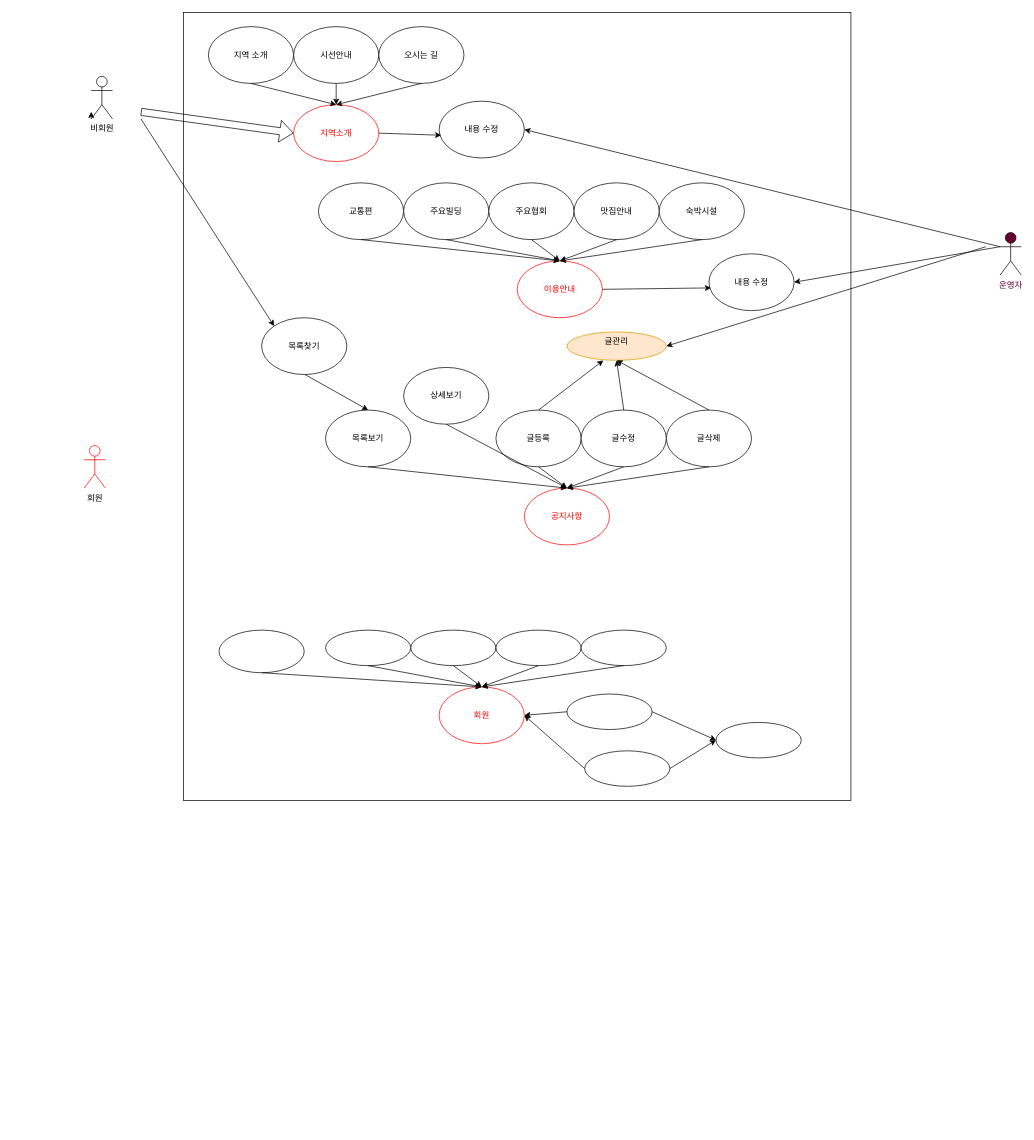
Earlier version of the draw.io diagram project1_diagram.drawio (imagine9977/project1). Source tidied: cells renumbered, new cells numbered last; positions are measured from the earlier drawing's top-left corner, leaving out a move shared by most shapes. Both pictures are drawn from the tidied source at 71%, with x=0, y=0 at pixel (84, 12).
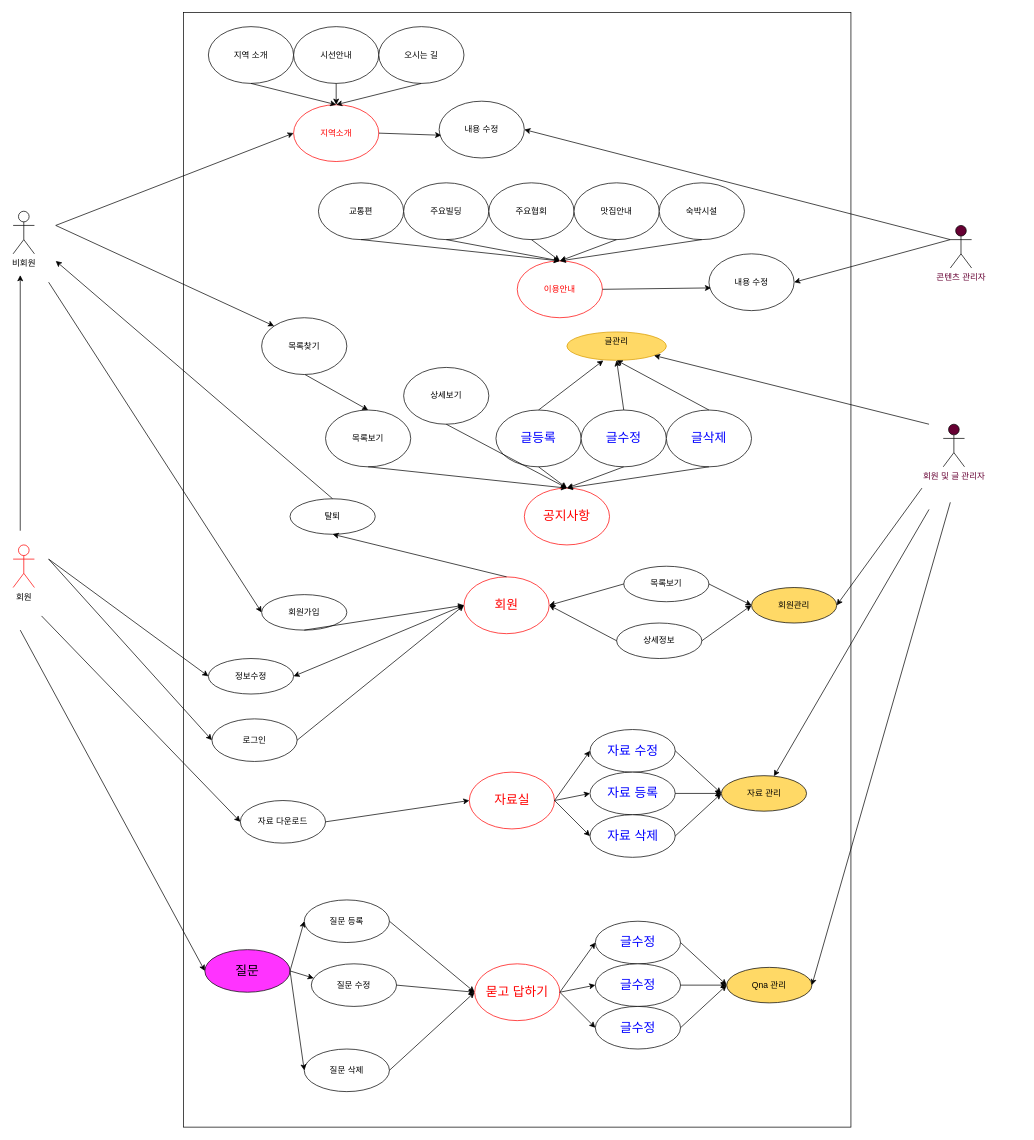
The same diagram, later.

Unchanged cells that the change refers to:
```xml
<mxCell id="8" value="&lt;font color=&quot;#ff0000&quot;&gt;지역소개&lt;/font&gt;" style="ellipse;whiteSpace=wrap;html=1;strokeColor=#FF0000;" parent="1" vertex="1">
  <mxGeometry x="295" y="130" width="120" height="80" as="geometry" />
</mxCell>
<mxCell id="49" value="목록찾기" style="ellipse;whiteSpace=wrap;html=1;" parent="1" vertex="1">
  <mxGeometry x="250" y="430" width="120" height="80" as="geometry" />
</mxCell>
```

Change to the diagram source:
```diff
@@
     <mxCell id="2" style="rounded=0;whiteSpace=wrap;html=1;" parent="1" vertex="1">
-      <mxGeometry x="140" width="940" height="1110" as="geometry" />
+      <mxGeometry x="140" width="940" height="1570" as="geometry" />
     </mxCell>
     <mxCell id="3" value="비회원" style="shape=umlActor;verticalLabelPosition=bottom;verticalAlign=top;html=1;outlineConnect=0;" parent="1" vertex="1">
-      <mxGeometry x="10" y="90" width="30" height="60" as="geometry" />
+      <mxGeometry x="-100" y="280" width="30" height="60" as="geometry" />
     </mxCell>
     <mxCell id="4" value="회원&lt;div&gt;&lt;br&gt;&lt;/div&gt;" style="shape=umlActor;verticalLabelPosition=bottom;verticalAlign=top;html=1;strokeColor=#FF0000;" parent="1" vertex="1">
-      <mxGeometry y="610" width="30" height="60" as="geometry" />
+      <mxGeometry x="-100" y="750" width="30" height="60" as="geometry" />
     </mxCell>
@@
-    <mxCell id="13" style="edgeStyle=orthogonalEdgeStyle;rounded=0;orthogonalLoop=1;jettySize=auto;html=1;exitX=0;exitY=1;exitDx=0;exitDy=0;exitPerimeter=0;entryX=0;entryY=0.833;entryDx=0;entryDy=0;entryPerimeter=0;" parent="1" edge="1" source="3" target="3">
-      <mxGeometry relative="1" as="geometry" />
-    </mxCell>
-    <mxCell id="14" style="shape=flexArrow;endArrow=classic;html=1;rounded=0;entryX=0;entryY=0.5;entryDx=0;entryDy=0;" parent="1" edge="1" target="8">
-      <mxGeometry relative="1" as="geometry">
-        <mxPoint x="80" y="140" as="sourcePoint" />
-      </mxGeometry>
-    </mxCell>
@@
-    <mxCell id="30" value="&lt;font color=&quot;#660033&quot;&gt;운영자&lt;/font&gt;" style="shape=umlActor;verticalLabelPosition=bottom;verticalAlign=top;html=1;outlineConnect=0;fillColor=#660033;" parent="1" vertex="1">
-      <mxGeometry x="1290" y="310" width="30" height="60" as="geometry" />
+    <mxCell id="30" value="&lt;font color=&quot;#660033&quot;&gt;콘텐츠 관리자&lt;/font&gt;" style="shape=umlActor;verticalLabelPosition=bottom;verticalAlign=top;html=1;outlineConnect=0;fillColor=#660033;" parent="1" vertex="1">
+      <mxGeometry x="1220" y="300" width="30" height="60" as="geometry" />
     </mxCell>
@@
-    <mxCell id="32" value="글관리&lt;div&gt;&lt;br&gt;&lt;/div&gt;" style="ellipse;whiteSpace=wrap;html=1;fillColor=#ffe6cc;strokeColor=#d79b00;" parent="1" vertex="1">
+    <mxCell id="32" value="글관리&lt;div&gt;&lt;br&gt;&lt;/div&gt;" style="ellipse;whiteSpace=wrap;html=1;fillColor=#FFD966;strokeColor=#d79b00;" parent="1" vertex="1">
       <mxGeometry x="680" y="450" width="140" height="40" as="geometry" />
     </mxCell>
-    <mxCell id="33" style="endArrow=classic;html=1;rounded=0;entryX=1;entryY=0.5;entryDx=0;entryDy=0;" parent="1" edge="1" target="32">
-      <mxGeometry relative="1" as="geometry">
-        <mxPoint x="1270" y="330" as="sourcePoint" />
-      </mxGeometry>
-    </mxCell>
@@
-    <mxCell id="37" value="글등록" style="ellipse;whiteSpace=wrap;html=1;" parent="1" vertex="1">
+    <mxCell id="37" value="&lt;font style=&quot;font-size: 18px;&quot; color=&quot;#0000ff&quot;&gt;글등록&lt;/font&gt;" style="ellipse;whiteSpace=wrap;html=1;" parent="1" vertex="1">
       <mxGeometry x="580" y="560" width="120" height="80" as="geometry" />
     </mxCell>
-    <mxCell id="38" value="&lt;font color=&quot;#ff0000&quot;&gt;공지사항&lt;/font&gt;" style="ellipse;whiteSpace=wrap;html=1;strokeColor=#FF0000;" parent="1" vertex="1">
+    <mxCell id="38" value="&lt;font style=&quot;font-size: 18px;&quot; color=&quot;#ff0000&quot;&gt;공지사항&lt;/font&gt;" style="ellipse;whiteSpace=wrap;html=1;strokeColor=#FF0000;" parent="1" vertex="1">
       <mxGeometry x="620" y="670" width="120" height="80" as="geometry" />
     </mxCell>
@@
-    <mxCell id="42" value="글수정" style="ellipse;whiteSpace=wrap;html=1;" parent="1" vertex="1">
+    <mxCell id="42" value="&lt;font style=&quot;font-size: 18px;&quot; color=&quot;#0000ff&quot;&gt;글수정&lt;/font&gt;" style="ellipse;whiteSpace=wrap;html=1;" parent="1" vertex="1">
       <mxGeometry x="700" y="560" width="120" height="80" as="geometry" />
     </mxCell>
-    <mxCell id="43" value="글삭제" style="ellipse;whiteSpace=wrap;html=1;" parent="1" vertex="1">
+    <mxCell id="43" value="&lt;font style=&quot;font-size: 18px;&quot; color=&quot;#0000ff&quot;&gt;글삭제&lt;/font&gt;" style="ellipse;whiteSpace=wrap;html=1;" parent="1" vertex="1">
       <mxGeometry x="820" y="560" width="120" height="80" as="geometry" />
     </mxCell>
@@
     <mxCell id="50" style="endArrow=classic;html=1;rounded=0;entryX=0;entryY=0;entryDx=0;entryDy=0;" parent="1" edge="1" target="49">
       <mxGeometry relative="1" as="geometry">
-        <mxPoint x="80" y="150" as="sourcePoint" />
+        <mxPoint x="-40" y="300" as="sourcePoint" />
       </mxGeometry>
     </mxCell>
-    <mxCell id="51" style="ellipse;whiteSpace=wrap;html=1;" parent="1" vertex="1">
-      <mxGeometry x="190" y="870" width="120" height="60" as="geometry" />
+    <mxCell id="51" value="로그인" style="ellipse;whiteSpace=wrap;html=1;" parent="1" vertex="1">
+      <mxGeometry x="180" y="995" width="120" height="60" as="geometry" />
     </mxCell>
-    <mxCell id="52" style="ellipse;whiteSpace=wrap;html=1;" parent="1" vertex="1">
-      <mxGeometry x="340" y="870" width="120" height="50" as="geometry" />
+    <mxCell id="52" value="정보수정" style="ellipse;whiteSpace=wrap;html=1;" parent="1" vertex="1">
+      <mxGeometry x="175" y="910" width="120" height="50" as="geometry" />
     </mxCell>
-    <mxCell id="53" style="ellipse;whiteSpace=wrap;html=1;" parent="1" vertex="1">
-      <mxGeometry x="460" y="870" width="120" height="50" as="geometry" />
+    <mxCell id="53" value="회원가입" style="ellipse;whiteSpace=wrap;html=1;" parent="1" vertex="1">
+      <mxGeometry x="250" y="820" width="120" height="50" as="geometry" />
     </mxCell>
-    <mxCell id="54" value="&lt;font color=&quot;#ff0000&quot;&gt;회원&lt;/font&gt;" style="ellipse;whiteSpace=wrap;html=1;strokeColor=#FF0000;" parent="1" vertex="1">
-      <mxGeometry x="500" y="950" width="120" height="80" as="geometry" />
+    <mxCell id="54" value="&lt;font style=&quot;font-size: 18px;&quot; color=&quot;#ff0000&quot;&gt;회원&lt;/font&gt;" style="ellipse;whiteSpace=wrap;html=1;strokeColor=#FF0000;" parent="1" vertex="1">
+      <mxGeometry x="535" y="795" width="120" height="80" as="geometry" />
     </mxCell>
-    <mxCell id="55" style="endArrow=classic;html=1;rounded=0;exitX=0.5;exitY=1;exitDx=0;exitDy=0;entryX=0.5;entryY=0;entryDx=0;entryDy=0;" parent="1" edge="1" source="52" target="54">
-      <mxGeometry relative="1" as="geometry" />
-    </mxCell>
-    <mxCell id="56" style="endArrow=classic;html=1;rounded=0;exitX=0.5;exitY=1;exitDx=0;exitDy=0;entryX=0.5;entryY=0;entryDx=0;entryDy=0;" parent="1" edge="1" source="53" target="54">
+    <mxCell id="56" style="endArrow=classic;html=1;rounded=0;exitX=0.5;exitY=1;exitDx=0;exitDy=0;entryX=0;entryY=0.5;entryDx=0;entryDy=0;" parent="1" edge="1" source="53" target="54">
       <mxGeometry relative="1" as="geometry" />
     </mxCell>
-    <mxCell id="57" style="endArrow=classic;html=1;rounded=0;exitX=0.5;exitY=1;exitDx=0;exitDy=0;entryX=0.5;entryY=0;entryDx=0;entryDy=0;" parent="1" edge="1" source="51" target="54">
+    <mxCell id="57" style="endArrow=classic;html=1;rounded=0;exitX=1;exitY=0.5;exitDx=0;exitDy=0;entryX=0;entryY=0.5;entryDx=0;entryDy=0;" parent="1" edge="1" source="51" target="54">
       <mxGeometry relative="1" as="geometry" />
     </mxCell>
-    <mxCell id="58" style="ellipse;whiteSpace=wrap;html=1;" parent="1" vertex="1">
-      <mxGeometry x="580" y="870" width="120" height="50" as="geometry" />
+    <mxCell id="58" value="탈퇴" style="ellipse;whiteSpace=wrap;html=1;" parent="1" vertex="1">
+      <mxGeometry x="290" y="685" width="120" height="50" as="geometry" />
     </mxCell>
-    <mxCell id="59" style="ellipse;whiteSpace=wrap;html=1;" parent="1" vertex="1">
-      <mxGeometry x="700" y="870" width="120" height="50" as="geometry" />
-    </mxCell>
-    <mxCell id="60" style="endArrow=classic;html=1;rounded=0;exitX=0.5;exitY=1;exitDx=0;exitDy=0;entryX=0.5;entryY=0;entryDx=0;entryDy=0;" parent="1" edge="1" source="58" target="54">
-      <mxGeometry relative="1" as="geometry" />
-    </mxCell>
-    <mxCell id="61" style="endArrow=classic;html=1;rounded=0;exitX=0.5;exitY=1;exitDx=0;exitDy=0;entryX=0.5;entryY=0;entryDx=0;entryDy=0;" parent="1" edge="1" source="59" target="54">
-      <mxGeometry relative="1" as="geometry" />
-    </mxCell>
-    <mxCell id="62" style="ellipse;whiteSpace=wrap;html=1;" parent="1" vertex="1">
-      <mxGeometry x="680" y="960" width="120" height="50" as="geometry" />
+    <mxCell id="62" value="목록보기" style="ellipse;whiteSpace=wrap;html=1;" parent="1" vertex="1">
+      <mxGeometry x="760" y="780" width="120" height="50" as="geometry" />
     </mxCell>
-    <mxCell id="63" style="ellipse;whiteSpace=wrap;html=1;" parent="1" vertex="1">
-      <mxGeometry x="705" y="1040" width="120" height="50" as="geometry" />
+    <mxCell id="63" value="상세정보" style="ellipse;whiteSpace=wrap;html=1;" parent="1" vertex="1">
+      <mxGeometry x="750" y="860" width="120" height="50" as="geometry" />
     </mxCell>
@@
-    <mxCell id="66" style="ellipse;whiteSpace=wrap;html=1;" parent="1" vertex="1">
-      <mxGeometry x="890" y="1000" width="120" height="50" as="geometry" />
+    <mxCell id="66" value="회원관리" style="ellipse;whiteSpace=wrap;html=1;fillColor=#FFD966;" parent="1" vertex="1">
+      <mxGeometry x="940" y="810" width="120" height="50" as="geometry" />
     </mxCell>
@@
+    <mxCell id="69" value="&lt;font color=&quot;#660033&quot;&gt;회원 및 글 관리자&lt;/font&gt;" style="shape=umlActor;verticalLabelPosition=bottom;verticalAlign=top;html=1;fillColor=#660033;" parent="1" vertex="1">
+      <mxGeometry x="1210" y="580" width="30" height="60" as="geometry" />
+    </mxCell>
+    <mxCell id="70" style="endArrow=classic;html=1;rounded=0;exitX=0.5;exitY=0;exitDx=0;exitDy=0;entryX=0.5;entryY=1;entryDx=0;entryDy=0;" parent="1" edge="1" source="54" target="58">
+      <mxGeometry relative="1" as="geometry" />
+    </mxCell>
+    <mxCell id="71" style="endArrow=classic;html=1;rounded=0;entryX=0;entryY=0.5;entryDx=0;entryDy=0;" parent="1" edge="1" target="8">
+      <mxGeometry relative="1" as="geometry">
+        <mxPoint x="-40" y="300" as="sourcePoint" />
+      </mxGeometry>
+    </mxCell>
+    <mxCell id="72" style="endArrow=classic;html=1;rounded=0;entryX=0;entryY=0.5;entryDx=0;entryDy=0;" parent="1" edge="1" target="53">
+      <mxGeometry relative="1" as="geometry">
+        <mxPoint x="-50" y="380" as="sourcePoint" />
+      </mxGeometry>
+    </mxCell>
+    <mxCell id="73" style="endArrow=classic;html=1;rounded=0;exitX=0.5;exitY=0;exitDx=0;exitDy=0;" parent="1" edge="1" source="58">
+      <mxGeometry relative="1" as="geometry">
+        <mxPoint x="-40" y="350" as="targetPoint" />
+      </mxGeometry>
+    </mxCell>
+    <mxCell id="74" style="endArrow=classic;html=1;rounded=0;" parent="1" edge="1">
+      <mxGeometry relative="1" as="geometry">
+        <mxPoint x="-90" y="730" as="sourcePoint" />
+        <mxPoint x="-90" y="370" as="targetPoint" />
+      </mxGeometry>
+    </mxCell>
+    <mxCell id="75" style="endArrow=classic;html=1;rounded=0;entryX=0;entryY=0.5;entryDx=0;entryDy=0;" parent="1" edge="1" target="52">
+      <mxGeometry relative="1" as="geometry">
+        <mxPoint x="-50" y="770" as="sourcePoint" />
+      </mxGeometry>
+    </mxCell>
+    <mxCell id="76" style="endArrow=classic;html=1;rounded=0;entryX=0;entryY=0.5;entryDx=0;entryDy=0;" parent="1" edge="1" target="51">
+      <mxGeometry relative="1" as="geometry">
+        <mxPoint x="-50" y="770" as="sourcePoint" />
+      </mxGeometry>
+    </mxCell>
+    <mxCell id="55" style="endArrow=classic;startArrow=classic;html=1;rounded=0;exitX=1;exitY=0.5;exitDx=0;exitDy=0;entryX=0;entryY=0.5;entryDx=0;entryDy=0;" parent="1" edge="1" source="52" target="54">
+      <mxGeometry relative="1" as="geometry" />
+    </mxCell>
+    <mxCell id="77" value="&lt;font style=&quot;font-size: 18px;&quot; color=&quot;#ff0000&quot;&gt;묻고 답하기&lt;/font&gt;" style="ellipse;whiteSpace=wrap;html=1;strokeColor=#FF0000;" parent="1" vertex="1">
+      <mxGeometry x="550" y="1340" width="120" height="80" as="geometry" />
+    </mxCell>
+    <mxCell id="78" value="자료 다운로드" style="ellipse;whiteSpace=wrap;html=1;" parent="1" vertex="1">
+      <mxGeometry x="220" y="1110" width="120" height="60" as="geometry" />
+    </mxCell>
+    <mxCell id="79" value="&lt;font style=&quot;font-size: 18px;&quot;&gt;질문&lt;/font&gt;" style="ellipse;whiteSpace=wrap;html=1;fillColor=#FF33FF;" parent="1" vertex="1">
+      <mxGeometry x="170" y="1320" width="120" height="60" as="geometry" />
+    </mxCell>
+    <mxCell id="80" value="질문 등록" style="ellipse;whiteSpace=wrap;html=1;" parent="1" vertex="1">
+      <mxGeometry x="310" y="1250" width="120" height="60" as="geometry" />
+    </mxCell>
+    <mxCell id="81" value="질문 수정" style="ellipse;whiteSpace=wrap;html=1;" parent="1" vertex="1">
+      <mxGeometry x="320" y="1340" width="120" height="60" as="geometry" />
+    </mxCell>
+    <mxCell id="82" value="질문 삭제" style="ellipse;whiteSpace=wrap;html=1;" parent="1" vertex="1">
+      <mxGeometry x="310" y="1460" width="120" height="60" as="geometry" />
+    </mxCell>
+    <mxCell id="83" value="&lt;font style=&quot;font-size: 18px;&quot; color=&quot;#0000ff&quot;&gt;글수정&lt;/font&gt;" style="ellipse;whiteSpace=wrap;html=1;" parent="1" vertex="1">
+      <mxGeometry x="720" y="1280" width="120" height="60" as="geometry" />
+    </mxCell>
+    <mxCell id="84" value="&lt;font style=&quot;font-size: 18px;&quot; color=&quot;#0000ff&quot;&gt;글수정&lt;/font&gt;" style="ellipse;whiteSpace=wrap;html=1;" parent="1" vertex="1">
+      <mxGeometry x="720" y="1340" width="120" height="60" as="geometry" />
+    </mxCell>
+    <mxCell id="85" value="&lt;font style=&quot;font-size: 18px;&quot; color=&quot;#0000ff&quot;&gt;글수정&lt;/font&gt;" style="ellipse;whiteSpace=wrap;html=1;" parent="1" vertex="1">
+      <mxGeometry x="720" y="1400" width="120" height="60" as="geometry" />
+    </mxCell>
+    <mxCell id="86" value="Qna 관리" style="ellipse;whiteSpace=wrap;html=1;fillColor=#FFD966;" parent="1" vertex="1">
+      <mxGeometry x="905" y="1345" width="120" height="50" as="geometry" />
+    </mxCell>
+    <mxCell id="87" style="endArrow=classic;html=1;rounded=0;exitX=1;exitY=0.5;exitDx=0;exitDy=0;entryX=0;entryY=0.5;entryDx=0;entryDy=0;" parent="1" edge="1" source="83" target="86">
+      <mxGeometry relative="1" as="geometry" />
+    </mxCell>
+    <mxCell id="88" style="endArrow=classic;html=1;rounded=0;exitX=1;exitY=0.5;exitDx=0;exitDy=0;entryX=0;entryY=0.5;entryDx=0;entryDy=0;" parent="1" edge="1" source="84" target="86">
+      <mxGeometry relative="1" as="geometry" />
+    </mxCell>
+    <mxCell id="89" style="endArrow=classic;html=1;rounded=0;exitX=1;exitY=0.5;exitDx=0;exitDy=0;entryX=0;entryY=0.5;entryDx=0;entryDy=0;" parent="1" edge="1" source="85" target="86">
+      <mxGeometry relative="1" as="geometry" />
+    </mxCell>
+    <mxCell id="90" style="endArrow=classic;html=1;rounded=0;exitX=1;exitY=0.5;exitDx=0;exitDy=0;entryX=0;entryY=0.5;entryDx=0;entryDy=0;" parent="1" edge="1" source="77" target="83">
+      <mxGeometry relative="1" as="geometry" />
+    </mxCell>
+    <mxCell id="91" style="endArrow=classic;html=1;rounded=0;exitX=1;exitY=0.5;exitDx=0;exitDy=0;entryX=0;entryY=0.5;entryDx=0;entryDy=0;" parent="1" edge="1" source="77" target="84">
+      <mxGeometry relative="1" as="geometry" />
+    </mxCell>
+    <mxCell id="92" style="endArrow=classic;html=1;rounded=0;exitX=1;exitY=0.5;exitDx=0;exitDy=0;entryX=0;entryY=0.5;entryDx=0;entryDy=0;" parent="1" edge="1" source="77" target="85">
+      <mxGeometry relative="1" as="geometry" />
+    </mxCell>
+    <mxCell id="93" value="&lt;font color=&quot;#ff0000&quot;&gt;&lt;span style=&quot;font-size: 18px;&quot;&gt;자료실&lt;/span&gt;&lt;/font&gt;" style="ellipse;whiteSpace=wrap;html=1;strokeColor=#FF0000;" parent="1" vertex="1">
+      <mxGeometry x="542.5" y="1070" width="120" height="80" as="geometry" />
+    </mxCell>
+    <mxCell id="94" value="&lt;font style=&quot;font-size: 18px;&quot; color=&quot;#0000ff&quot;&gt;자료 수정&lt;/font&gt;" style="ellipse;whiteSpace=wrap;html=1;" parent="1" vertex="1">
+      <mxGeometry x="712.5" y="1010" width="120" height="60" as="geometry" />
+    </mxCell>
+    <mxCell id="95" value="&lt;font style=&quot;font-size: 18px;&quot; color=&quot;#0000ff&quot;&gt;자료 등록&lt;/font&gt;" style="ellipse;whiteSpace=wrap;html=1;" parent="1" vertex="1">
+      <mxGeometry x="712.5" y="1070" width="120" height="60" as="geometry" />
+    </mxCell>
+    <mxCell id="96" value="&lt;font style=&quot;font-size: 18px;&quot; color=&quot;#0000ff&quot;&gt;자료 삭제&lt;/font&gt;" style="ellipse;whiteSpace=wrap;html=1;" parent="1" vertex="1">
+      <mxGeometry x="712.5" y="1130" width="120" height="60" as="geometry" />
+    </mxCell>
+    <mxCell id="97" value="자료 관리" style="ellipse;whiteSpace=wrap;html=1;fillColor=#FFD966;" parent="1" vertex="1">
+      <mxGeometry x="897.5" y="1075" width="120" height="50" as="geometry" />
+    </mxCell>
+    <mxCell id="98" style="endArrow=classic;html=1;rounded=0;exitX=1;exitY=0.5;exitDx=0;exitDy=0;entryX=0;entryY=0.5;entryDx=0;entryDy=0;" parent="1" edge="1" source="94" target="97">
+      <mxGeometry relative="1" as="geometry" />
+    </mxCell>
+    <mxCell id="99" style="endArrow=classic;html=1;rounded=0;exitX=1;exitY=0.5;exitDx=0;exitDy=0;entryX=0;entryY=0.5;entryDx=0;entryDy=0;" parent="1" edge="1" source="95" target="97">
+      <mxGeometry relative="1" as="geometry" />
+    </mxCell>
+    <mxCell id="100" style="endArrow=classic;html=1;rounded=0;exitX=1;exitY=0.5;exitDx=0;exitDy=0;entryX=0;entryY=0.5;entryDx=0;entryDy=0;" parent="1" edge="1" source="96" target="97">
+      <mxGeometry relative="1" as="geometry" />
+    </mxCell>
+    <mxCell id="101" style="endArrow=classic;html=1;rounded=0;exitX=1;exitY=0.5;exitDx=0;exitDy=0;entryX=0;entryY=0.5;entryDx=0;entryDy=0;" parent="1" edge="1" source="93" target="94">
+      <mxGeometry relative="1" as="geometry" />
+    </mxCell>
+    <mxCell id="102" style="endArrow=classic;html=1;rounded=0;exitX=1;exitY=0.5;exitDx=0;exitDy=0;entryX=0;entryY=0.5;entryDx=0;entryDy=0;" parent="1" edge="1" source="93" target="95">
+      <mxGeometry relative="1" as="geometry" />
+    </mxCell>
+    <mxCell id="103" style="endArrow=classic;html=1;rounded=0;exitX=1;exitY=0.5;exitDx=0;exitDy=0;entryX=0;entryY=0.5;entryDx=0;entryDy=0;" parent="1" edge="1" source="93" target="96">
+      <mxGeometry relative="1" as="geometry" />
+    </mxCell>
+    <mxCell id="104" style="endArrow=classic;html=1;rounded=0;exitX=1;exitY=0.5;exitDx=0;exitDy=0;entryX=0;entryY=0.5;entryDx=0;entryDy=0;" parent="1" edge="1" source="80" target="77">
+      <mxGeometry relative="1" as="geometry" />
+    </mxCell>
+    <mxCell id="105" style="endArrow=classic;html=1;rounded=0;exitX=1;exitY=0.5;exitDx=0;exitDy=0;entryX=0;entryY=0.5;entryDx=0;entryDy=0;" parent="1" edge="1" source="81" target="77">
+      <mxGeometry relative="1" as="geometry" />
+    </mxCell>
+    <mxCell id="106" style="endArrow=classic;html=1;rounded=0;entryX=0;entryY=0.5;entryDx=0;entryDy=0;exitX=1;exitY=0.5;exitDx=0;exitDy=0;" parent="1" edge="1" source="82" target="77">
+      <mxGeometry relative="1" as="geometry" />
+    </mxCell>
+    <mxCell id="107" style="endArrow=classic;html=1;rounded=0;exitX=1;exitY=0.5;exitDx=0;exitDy=0;entryX=0;entryY=0.5;entryDx=0;entryDy=0;" parent="1" edge="1" source="79" target="80">
+      <mxGeometry relative="1" as="geometry" />
+    </mxCell>
+    <mxCell id="108" style="endArrow=classic;html=1;rounded=0;exitX=1;exitY=0.5;exitDx=0;exitDy=0;entryX=0.028;entryY=0.337;entryDx=0;entryDy=0;entryPerimeter=0;" parent="1" edge="1" source="79" target="81">
+      <mxGeometry relative="1" as="geometry" />
+    </mxCell>
+    <mxCell id="109" style="endArrow=classic;html=1;rounded=0;exitX=1;exitY=0.5;exitDx=0;exitDy=0;entryX=0;entryY=0.5;entryDx=0;entryDy=0;" parent="1" edge="1" source="79" target="82">
+      <mxGeometry relative="1" as="geometry" />
+    </mxCell>
+    <mxCell id="110" style="endArrow=classic;html=1;rounded=0;entryX=0;entryY=0.5;entryDx=0;entryDy=0;" parent="1" edge="1" target="79">
+      <mxGeometry relative="1" as="geometry">
+        <mxPoint x="-90" y="870" as="sourcePoint" />
+      </mxGeometry>
+    </mxCell>
+    <mxCell id="111" style="endArrow=classic;html=1;rounded=0;entryX=0;entryY=0.5;entryDx=0;entryDy=0;" parent="1" edge="1" target="78">
+      <mxGeometry relative="1" as="geometry">
+        <mxPoint x="-60" y="850" as="sourcePoint" />
+      </mxGeometry>
+    </mxCell>
+    <mxCell id="112" style="endArrow=classic;html=1;rounded=0;exitX=1;exitY=0.5;exitDx=0;exitDy=0;entryX=0;entryY=0.5;entryDx=0;entryDy=0;" parent="1" edge="1" source="78" target="93">
+      <mxGeometry relative="1" as="geometry" />
+    </mxCell>
+    <mxCell id="113" style="endArrow=classic;html=1;rounded=0;entryX=1;entryY=0.5;entryDx=0;entryDy=0;" parent="1" edge="1" target="86">
+      <mxGeometry relative="1" as="geometry">
+        <mxPoint x="1220" y="690" as="sourcePoint" />
+      </mxGeometry>
+    </mxCell>
+    <mxCell id="114" style="endArrow=classic;html=1;rounded=0;entryX=1;entryY=0.5;entryDx=0;entryDy=0;" parent="1" edge="1" target="66">
+      <mxGeometry relative="1" as="geometry">
+        <mxPoint x="1180" y="670" as="sourcePoint" />
+      </mxGeometry>
+    </mxCell>
+    <mxCell id="115" style="endArrow=classic;html=1;rounded=0;" parent="1" edge="1" target="97">
+      <mxGeometry relative="1" as="geometry">
+        <mxPoint x="1190" y="700" as="sourcePoint" />
+      </mxGeometry>
+    </mxCell>
+    <mxCell id="116" style="endArrow=classic;html=1;rounded=0;exitX=0;exitY=0.3333333333333333;exitDx=0;exitDy=0;exitPerimeter=0;" parent="1" edge="1" target="32">
+      <mxGeometry relative="1" as="geometry">
+        <mxPoint x="1190" y="580" as="sourcePoint" />
+      </mxGeometry>
+    </mxCell>
```
